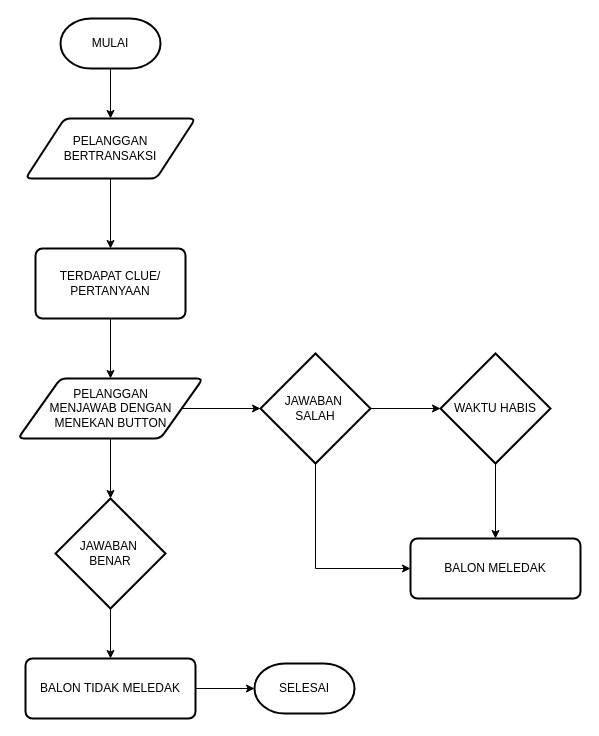
This is page "Page-1" (1 of 2) of Puzzle Game.drawio from Ajisaax/Flowchart, a draw.io file, before an edit. Source tidied: cells renumbered, new cells numbered last; positions are measured from the earlier drawing's top-left corner, leaving out a move shared by most shapes. Both pictures are drawn from the tidied source at 100%, with x=0, y=0 at pixel (18, 18).
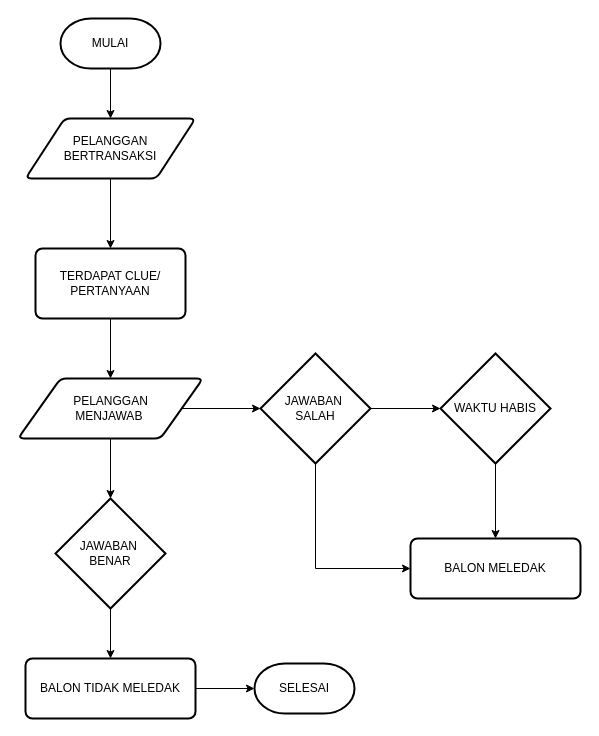
The same page after the edit.

What changed in the source:
```diff
@@
-    <mxCell id="8" value="PELANGGAN &lt;br&gt;MENJAWAB DENGAN MENEKAN BUTTON" style="shape=parallelogram;html=1;strokeWidth=2;perimeter=parallelogramPerimeter;whiteSpace=wrap;rounded=1;arcSize=12;size=0.23;" parent="1" vertex="1">
+    <mxCell id="8" value="PELANGGAN &lt;br&gt;MENJAWAB&amp;nbsp;" style="shape=parallelogram;html=1;strokeWidth=2;perimeter=parallelogramPerimeter;whiteSpace=wrap;rounded=1;arcSize=12;size=0.23;" parent="1" vertex="1">
       <mxGeometry x="-0.5" y="360" width="185" height="60" as="geometry" />
     </mxCell>
```
